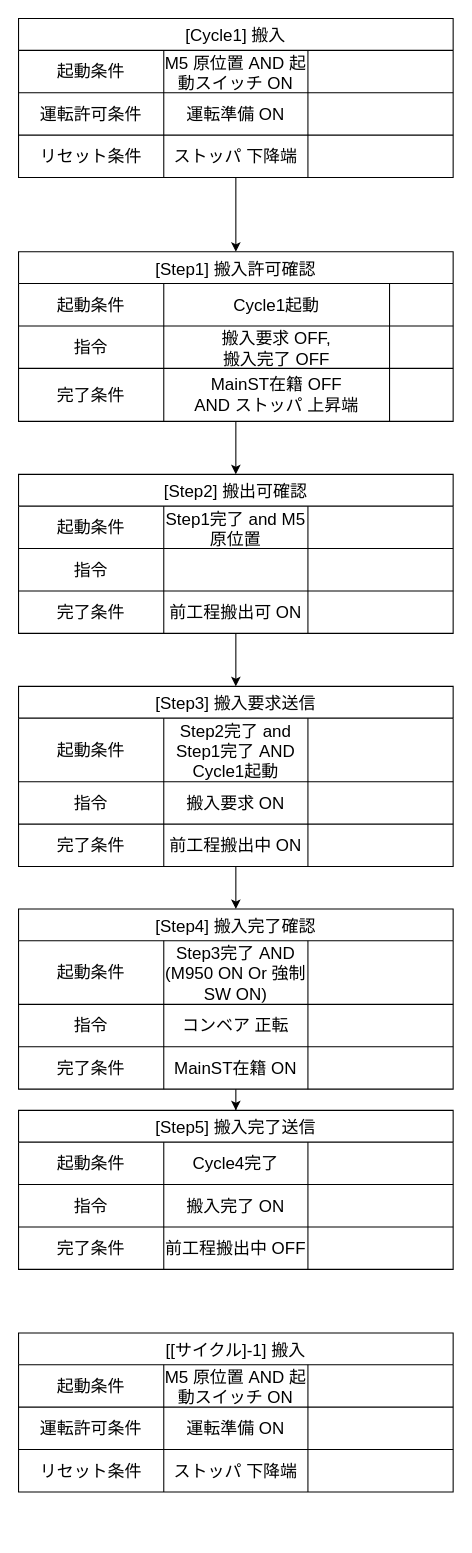
SPNSPN/flow2nim keeps this draw.io diagram as flow.drawio. Above is the earlier version. Source tidied: cells renumbered, new cells numbered last; positions are measured from the earlier drawing's top-left corner, leaving out a move shared by most shapes. Both pictures are drawn from the tidied source at 106%, with x=0, y=0 at pixel (18, 18).
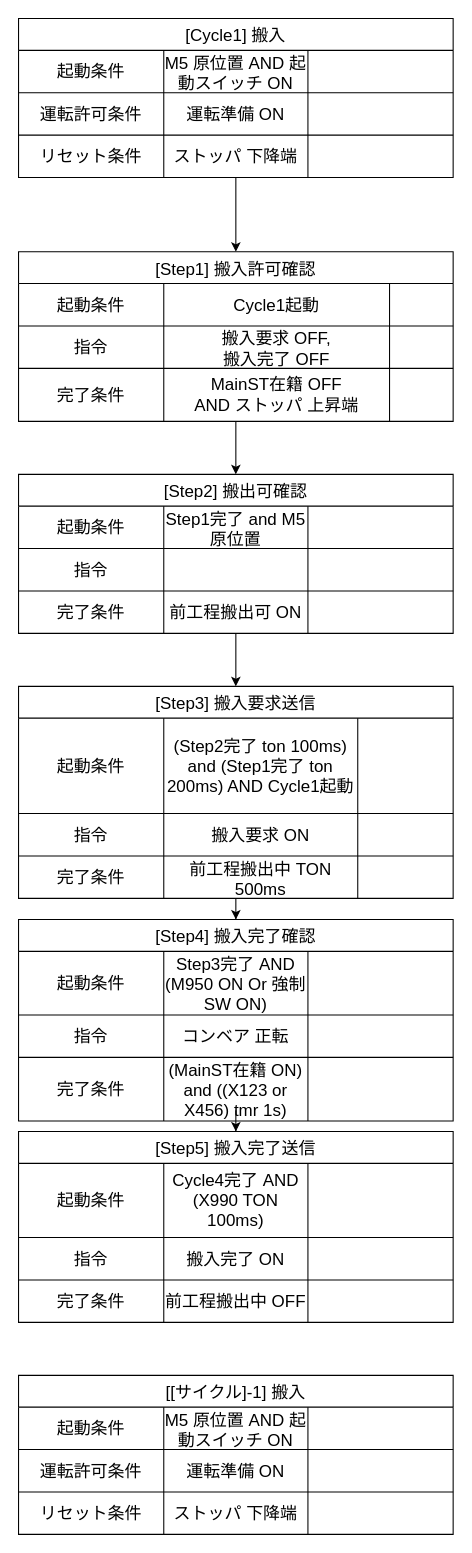
Above is the later version.

Change to the diagram source:
```diff
@@
     <mxCell id="31" value="[Step3] 搬入要求送信" style="shape=table;startSize=30;childLayout=tableLayout;strokeColor=default;fontSize=16;" parent="1" vertex="1">
-      <mxGeometry y="630" width="410" height="170" as="geometry" />
+      <mxGeometry y="630" width="410" height="200" as="geometry" />
     </mxCell>
     <mxCell id="32" style="shape=tableRow;horizontal=0;startSize=0;swimlaneHead=0;swimlaneBody=0;strokeColor=inherit;top=0;left=0;bottom=0;right=0;fillColor=none;fontSize=16;" parent="31" vertex="1">
-      <mxGeometry y="30" width="410" height="60" as="geometry" />
+      <mxGeometry y="30" width="410" height="90" as="geometry" />
     </mxCell>
     <mxCell id="33" value="起動条件" style="shape=partialRectangle;html=1;whiteSpace=wrap;strokeColor=inherit;overflow=hidden;fillColor=none;top=0;left=0;bottom=0;right=0;fontSize=16;" parent="32" vertex="1">
-      <mxGeometry width="137" height="60" as="geometry" />
+      <mxGeometry width="137" height="90" as="geometry" />
     </mxCell>
-    <mxCell id="34" value="Step2完了 and Step1完了 AND Cycle1起動" style="shape=partialRectangle;html=1;whiteSpace=wrap;strokeColor=inherit;overflow=hidden;fillColor=none;top=0;left=0;bottom=0;right=0;fontSize=16;" parent="32" vertex="1">
-      <mxGeometry x="137" width="136" height="60" as="geometry" />
+    <mxCell id="34" value="(Step2完了 ton 100ms) and (Step1完了 ton 200ms) AND Cycle1起動" style="shape=partialRectangle;html=1;whiteSpace=wrap;strokeColor=inherit;overflow=hidden;fillColor=none;top=0;left=0;bottom=0;right=0;fontSize=16;" parent="32" vertex="1">
+      <mxGeometry x="137" width="183" height="90" as="geometry" />
     </mxCell>
     <mxCell id="35" style="shape=partialRectangle;html=1;whiteSpace=wrap;strokeColor=inherit;overflow=hidden;fillColor=none;top=0;left=0;bottom=0;right=0;fontSize=16;" parent="32" vertex="1">
-      <mxGeometry x="273" width="137" height="60" as="geometry" />
+      <mxGeometry x="320" width="90" height="90" as="geometry" />
     </mxCell>
     <mxCell id="36" style="shape=tableRow;horizontal=0;startSize=0;swimlaneHead=0;swimlaneBody=0;strokeColor=inherit;top=0;left=0;bottom=0;right=0;fillColor=none;fontSize=16;" parent="31" vertex="1">
-      <mxGeometry y="90" width="410" height="40" as="geometry" />
+      <mxGeometry y="120" width="410" height="40" as="geometry" />
     </mxCell>
@@
     <mxCell id="38" value="搬入要求 ON" style="shape=partialRectangle;html=1;whiteSpace=wrap;strokeColor=inherit;overflow=hidden;fillColor=none;top=0;left=0;bottom=0;right=0;fontSize=16;" parent="36" vertex="1">
-      <mxGeometry x="137" width="136" height="40" as="geometry" />
+      <mxGeometry x="137" width="183" height="40" as="geometry" />
     </mxCell>
     <mxCell id="39" style="shape=partialRectangle;html=1;whiteSpace=wrap;strokeColor=inherit;overflow=hidden;fillColor=none;top=0;left=0;bottom=0;right=0;fontSize=16;" parent="36" vertex="1">
-      <mxGeometry x="273" width="137" height="40" as="geometry" />
+      <mxGeometry x="320" width="90" height="40" as="geometry" />
     </mxCell>
     <mxCell id="40" style="shape=tableRow;horizontal=0;startSize=0;swimlaneHead=0;swimlaneBody=0;strokeColor=inherit;top=0;left=0;bottom=0;right=0;fillColor=none;fontSize=16;" parent="31" vertex="1">
-      <mxGeometry y="130" width="410" height="40" as="geometry" />
+      <mxGeometry y="160" width="410" height="40" as="geometry" />
     </mxCell>
@@
-    <mxCell id="42" value="前工程搬出中 ON" style="shape=partialRectangle;html=1;whiteSpace=wrap;strokeColor=inherit;overflow=hidden;fillColor=none;top=0;left=0;bottom=0;right=0;fontSize=16;" parent="40" vertex="1">
-      <mxGeometry x="137" width="136" height="40" as="geometry" />
+    <mxCell id="42" value="前工程搬出中 TON 500ms" style="shape=partialRectangle;html=1;whiteSpace=wrap;strokeColor=inherit;overflow=hidden;fillColor=none;top=0;left=0;bottom=0;right=0;fontSize=16;" parent="40" vertex="1">
+      <mxGeometry x="137" width="183" height="40" as="geometry" />
     </mxCell>
     <mxCell id="43" style="shape=partialRectangle;html=1;whiteSpace=wrap;strokeColor=inherit;overflow=hidden;fillColor=none;top=0;left=0;bottom=0;right=0;fontSize=16;" parent="40" vertex="1">
-      <mxGeometry x="273" width="137" height="40" as="geometry" />
+      <mxGeometry x="320" width="90" height="40" as="geometry" />
     </mxCell>
@@
     <mxCell id="45" value="[Step4] 搬入完了確認" style="shape=table;startSize=30;childLayout=tableLayout;strokeColor=default;fontSize=16;" parent="1" vertex="1">
-      <mxGeometry y="840" width="410" height="170" as="geometry" />
+      <mxGeometry y="850" width="410" height="190" as="geometry" />
     </mxCell>
@@
     <mxCell id="54" style="shape=tableRow;horizontal=0;startSize=0;swimlaneHead=0;swimlaneBody=0;strokeColor=inherit;top=0;left=0;bottom=0;right=0;fillColor=none;fontSize=16;" parent="45" vertex="1">
-      <mxGeometry y="130" width="410" height="40" as="geometry" />
+      <mxGeometry y="130" width="410" height="60" as="geometry" />
     </mxCell>
     <mxCell id="55" value="完了条件" style="shape=partialRectangle;html=1;whiteSpace=wrap;strokeColor=inherit;overflow=hidden;fillColor=none;top=0;left=0;bottom=0;right=0;fontSize=16;" parent="54" vertex="1">
-      <mxGeometry width="137" height="40" as="geometry" />
+      <mxGeometry width="137" height="60" as="geometry" />
     </mxCell>
-    <mxCell id="56" value="MainST在籍 ON" style="shape=partialRectangle;html=1;whiteSpace=wrap;strokeColor=inherit;overflow=hidden;fillColor=none;top=0;left=0;bottom=0;right=0;fontSize=16;" parent="54" vertex="1">
-      <mxGeometry x="137" width="136" height="40" as="geometry" />
+    <mxCell id="56" value="(MainST在籍 ON) and ((X123 or X456) tmr 1s)" style="shape=partialRectangle;html=1;whiteSpace=wrap;strokeColor=inherit;overflow=hidden;fillColor=none;top=0;left=0;bottom=0;right=0;fontSize=16;" parent="54" vertex="1">
+      <mxGeometry x="137" width="136" height="60" as="geometry" />
     </mxCell>
     <mxCell id="57" style="shape=partialRectangle;html=1;whiteSpace=wrap;strokeColor=inherit;overflow=hidden;fillColor=none;top=0;left=0;bottom=0;right=0;fontSize=16;" parent="54" vertex="1">
-      <mxGeometry x="273" width="137" height="40" as="geometry" />
+      <mxGeometry x="273" width="137" height="60" as="geometry" />
     </mxCell>
     <mxCell id="58" value="[Step5] 搬入完了送信" style="shape=table;startSize=30;childLayout=tableLayout;strokeColor=default;fontSize=16;" parent="1" vertex="1">
-      <mxGeometry y="1030" width="410" height="150" as="geometry" />
+      <mxGeometry y="1050" width="410" height="180" as="geometry" />
     </mxCell>
     <mxCell id="59" style="shape=tableRow;horizontal=0;startSize=0;swimlaneHead=0;swimlaneBody=0;strokeColor=inherit;top=0;left=0;bottom=0;right=0;fillColor=none;fontSize=16;" parent="58" vertex="1">
-      <mxGeometry y="30" width="410" height="40" as="geometry" />
+      <mxGeometry y="30" width="410" height="70" as="geometry" />
     </mxCell>
     <mxCell id="60" value="起動条件" style="shape=partialRectangle;html=1;whiteSpace=wrap;strokeColor=inherit;overflow=hidden;fillColor=none;top=0;left=0;bottom=0;right=0;fontSize=16;" parent="59" vertex="1">
-      <mxGeometry width="137" height="40" as="geometry" />
+      <mxGeometry width="137" height="70" as="geometry" />
     </mxCell>
-    <mxCell id="61" value="Cycle4完了" style="shape=partialRectangle;html=1;whiteSpace=wrap;strokeColor=inherit;overflow=hidden;fillColor=none;top=0;left=0;bottom=0;right=0;fontSize=16;" parent="59" vertex="1">
-      <mxGeometry x="137" width="136" height="40" as="geometry" />
+    <mxCell id="61" value="Cycle4完了 AND (X990 TON 100ms)" style="shape=partialRectangle;html=1;whiteSpace=wrap;strokeColor=inherit;overflow=hidden;fillColor=none;top=0;left=0;bottom=0;right=0;fontSize=16;" parent="59" vertex="1">
+      <mxGeometry x="137" width="136" height="70" as="geometry" />
     </mxCell>
     <mxCell id="62" style="shape=partialRectangle;html=1;whiteSpace=wrap;strokeColor=inherit;overflow=hidden;fillColor=none;top=0;left=0;bottom=0;right=0;fontSize=16;" parent="59" vertex="1">
-      <mxGeometry x="273" width="137" height="40" as="geometry" />
+      <mxGeometry x="273" width="137" height="70" as="geometry" />
     </mxCell>
     <mxCell id="63" style="shape=tableRow;horizontal=0;startSize=0;swimlaneHead=0;swimlaneBody=0;strokeColor=inherit;top=0;left=0;bottom=0;right=0;fillColor=none;fontSize=16;" parent="58" vertex="1">
-      <mxGeometry y="70" width="410" height="40" as="geometry" />
+      <mxGeometry y="100" width="410" height="40" as="geometry" />
     </mxCell>
@@
     <mxCell id="67" style="shape=tableRow;horizontal=0;startSize=0;swimlaneHead=0;swimlaneBody=0;strokeColor=inherit;top=0;left=0;bottom=0;right=0;fillColor=none;fontSize=16;" parent="58" vertex="1">
-      <mxGeometry y="110" width="410" height="40" as="geometry" />
+      <mxGeometry y="140" width="410" height="40" as="geometry" />
     </mxCell>
@@
     <mxCell id="85" value="[[サイクル]-1] 搬入" style="shape=table;startSize=30;childLayout=tableLayout;strokeColor=default;fontSize=16;" parent="1" vertex="1">
-      <mxGeometry y="1240" width="410" height="150" as="geometry" />
+      <mxGeometry y="1280" width="410" height="150" as="geometry" />
     </mxCell>
```
